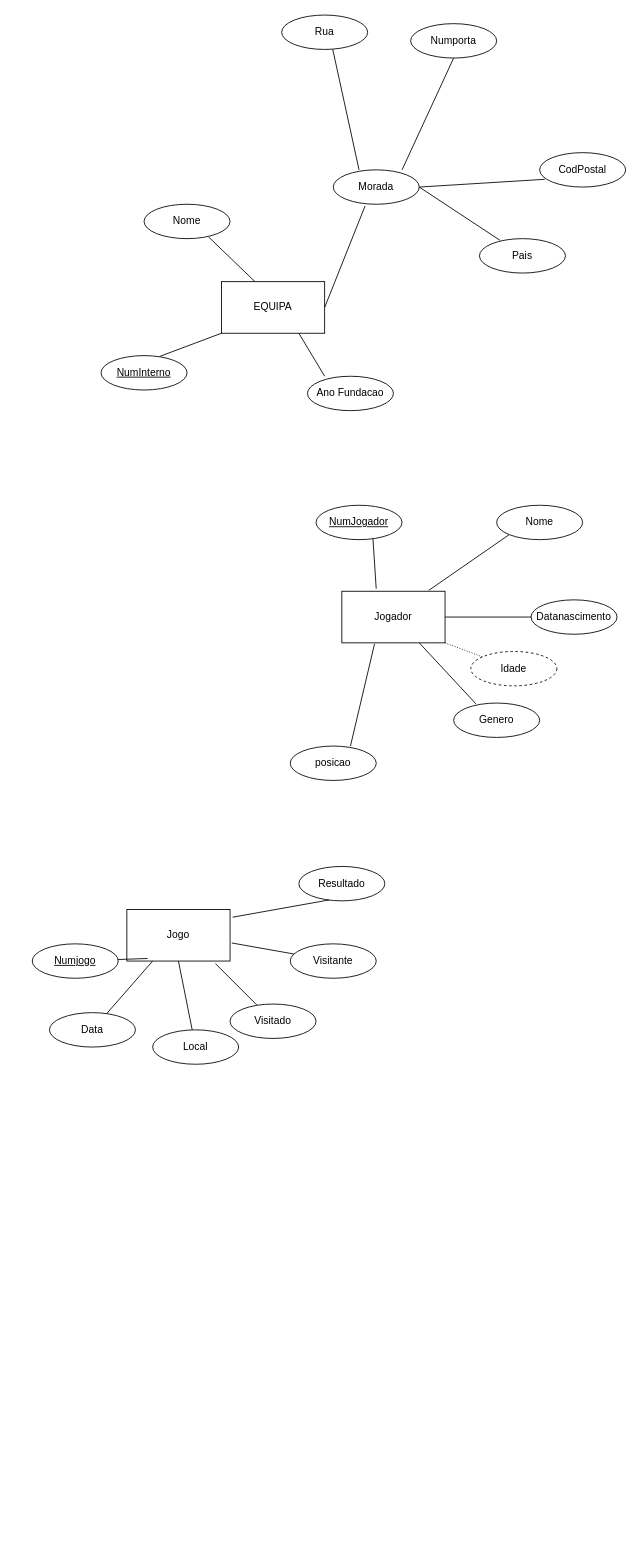
Before: Equipas.drawio in VascoRuas/diagramas, a draw.io diagram. Source tidied: cells renumbered, new cells numbered last; positions are measured from the earlier drawing's top-left corner, leaving out a move shared by most shapes. Both pictures are drawn from the tidied source at 86%, with x=0, y=0 at pixel (32, 15).
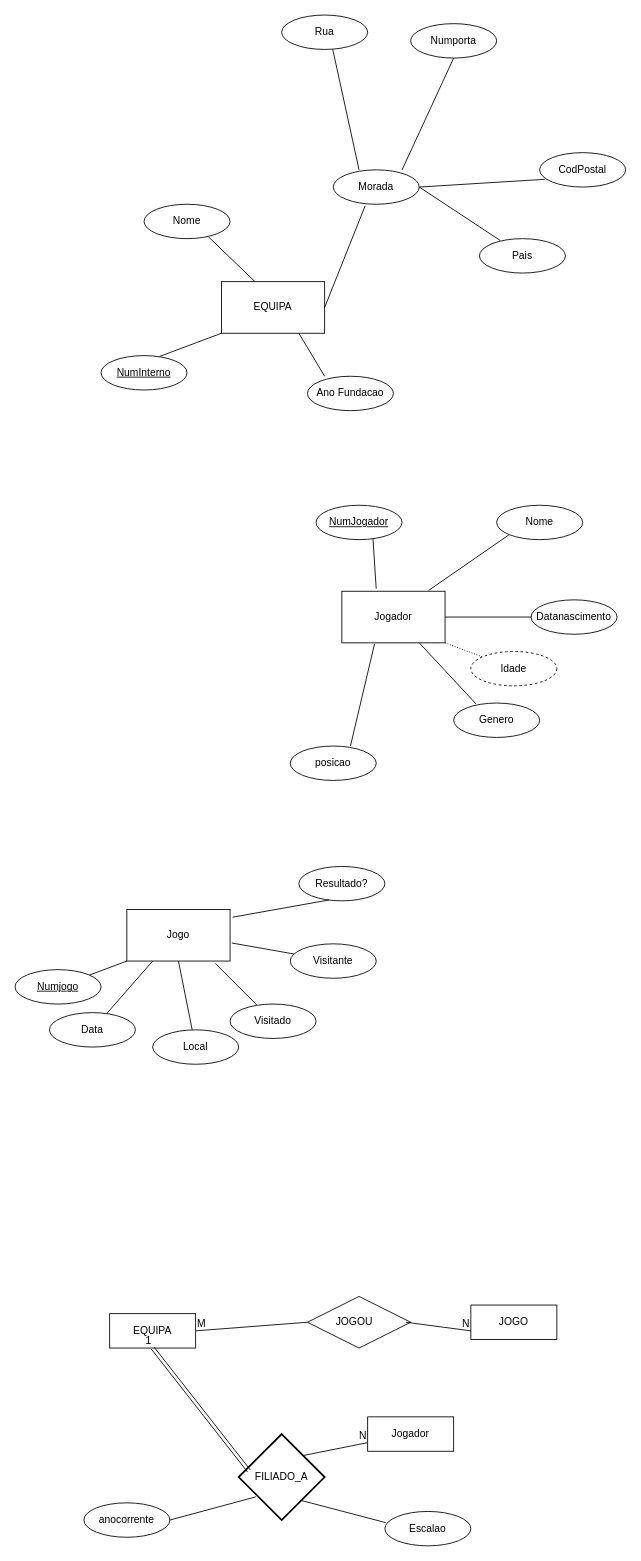
The same page after the edit.

The change refers to these unchanged cells:
```xml
<mxCell id="2" value="Jogo" style="rounded=0;whiteSpace=wrap;html=1;" parent="1" vertex="1">
  <mxGeometry x="110" y="1040" width="120" height="60" as="geometry" />
</mxCell>
```

Diff of the diagram source:
```diff
@@
-    <mxCell id="39" style="endArrow=none;html=1;rounded=0;fontFamily=Helvetica;fontSize=12;fontColor=default;exitX=0.2;exitY=0.95;exitDx=0;exitDy=0;exitPerimeter=0;" parent="1" edge="1" source="2" target="40">
+    <mxCell id="39" style="endArrow=none;html=1;rounded=0;fontFamily=Helvetica;fontSize=12;fontColor=default;exitX=0;exitY=1;exitDx=0;exitDy=0;" parent="1" edge="1" source="2" target="40">
       <mxGeometry relative="1" as="geometry" />
     </mxCell>
     <mxCell id="40" value="Numjogo" style="ellipse;whiteSpace=wrap;html=1;align=center;fontStyle=4;strokeColor=default;verticalAlign=middle;fontFamily=Helvetica;fontSize=12;fontColor=default;fillColor=default;" parent="1" vertex="1">
-      <mxGeometry y="1080" width="100" height="40" as="geometry" />
+      <mxGeometry x="-20" y="1110" width="100" height="40" as="geometry" />
     </mxCell>
@@
-    <mxCell id="43" value="Resultado" style="ellipse;whiteSpace=wrap;html=1;align=center;strokeColor=default;verticalAlign=middle;fontFamily=Helvetica;fontSize=12;fontColor=default;fillColor=default;" parent="1" vertex="1">
+    <mxCell id="43" value="Resultado?" style="ellipse;whiteSpace=wrap;html=1;align=center;strokeColor=default;verticalAlign=middle;fontFamily=Helvetica;fontSize=12;fontColor=default;fillColor=default;" parent="1" vertex="1">
       <mxGeometry x="310" y="990" width="100" height="40" as="geometry" />
     </mxCell>
@@
+    <mxCell id="45" value="JOGOU&lt;span style=&quot;white-space: pre;&quot;&gt;&#9;&lt;/span&gt;" style="shape=rhombus;perimeter=rhombusPerimeter;whiteSpace=wrap;html=1;align=center;strokeColor=default;verticalAlign=middle;fontFamily=Helvetica;fontSize=12;fontColor=default;fillColor=default;" parent="1" vertex="1">
+      <mxGeometry x="320" y="1490" width="120" height="60" as="geometry" />
+    </mxCell>
+    <mxCell id="46" value="JOGO" style="whiteSpace=wrap;html=1;align=center;strokeColor=default;verticalAlign=middle;fontFamily=Helvetica;fontSize=12;fontColor=default;fillColor=default;" parent="1" vertex="1">
+      <mxGeometry x="510" y="1500" width="100" height="40" as="geometry" />
+    </mxCell>
+    <mxCell id="47" value="EQUIPA" style="whiteSpace=wrap;html=1;align=center;strokeColor=default;verticalAlign=middle;fontFamily=Helvetica;fontSize=12;fontColor=default;fillColor=default;" parent="1" vertex="1">
+      <mxGeometry x="90" y="1510" width="100" height="40" as="geometry" />
+    </mxCell>
+    <mxCell id="48" style="endArrow=none;html=1;rounded=0;fontFamily=Helvetica;fontSize=12;fontColor=default;exitX=1;exitY=0.5;exitDx=0;exitDy=0;entryX=0;entryY=0.5;entryDx=0;entryDy=0;" parent="1" edge="1" source="47" target="45">
+      <mxGeometry relative="1" as="geometry" />
+    </mxCell>
+    <mxCell id="49" value="M" style="html=1;whiteSpace=wrap;align=left;verticalAlign=bottom;strokeColor=default;fontFamily=Helvetica;fontSize=12;fontColor=default;fillColor=default;" parent="48" vertex="1">
+      <mxGeometry x="-1" relative="1" as="geometry" />
+    </mxCell>
+    <mxCell id="50" style="endArrow=none;html=1;rounded=0;fontFamily=Helvetica;fontSize=12;fontColor=default;entryX=0;entryY=0.75;entryDx=0;entryDy=0;exitX=0.954;exitY=0.5;exitDx=0;exitDy=0;exitPerimeter=0;" parent="1" edge="1" source="45" target="46">
+      <mxGeometry relative="1" as="geometry" />
+    </mxCell>
+    <mxCell id="51" value="N" style="html=1;whiteSpace=wrap;align=right;verticalAlign=bottom;strokeColor=default;fontFamily=Helvetica;fontSize=12;fontColor=default;fillColor=default;" parent="50" vertex="1">
+      <mxGeometry x="1" relative="1" as="geometry" />
+    </mxCell>
+    <mxCell id="52" value="FILIADO_A" style="strokeWidth=2;html=1;shape=mxgraph.flowchart.decision;whiteSpace=wrap;strokeColor=default;align=center;verticalAlign=middle;fontFamily=Helvetica;fontSize=12;fontColor=default;fillColor=default;" parent="1" vertex="1">
+      <mxGeometry x="240" y="1650" width="100" height="100" as="geometry" />
+    </mxCell>
+    <mxCell id="53" style="shape=link;html=1;rounded=0;fontFamily=Helvetica;fontSize=12;fontColor=default;exitX=0.12;exitY=0.43;exitDx=0;exitDy=0;exitPerimeter=0;entryX=0.5;entryY=1;entryDx=0;entryDy=0;" parent="1" edge="1" source="52" target="47">
+      <mxGeometry relative="1" as="geometry" />
+    </mxCell>
+    <mxCell id="54" value="1" style="html=1;whiteSpace=wrap;align=right;verticalAlign=bottom;strokeColor=default;fontFamily=Helvetica;fontSize=12;fontColor=default;fillColor=default;" parent="53" vertex="1">
+      <mxGeometry x="1" relative="1" as="geometry" />
+    </mxCell>
+    <mxCell id="55" value="anocorrente" style="ellipse;whiteSpace=wrap;html=1;align=center;strokeColor=default;verticalAlign=middle;fontFamily=Helvetica;fontSize=12;fontColor=default;fillColor=default;" parent="1" vertex="1">
+      <mxGeometry x="60" y="1730" width="100" height="40" as="geometry" />
+    </mxCell>
+    <mxCell id="56" style="endArrow=none;html=1;rounded=0;fontFamily=Helvetica;fontSize=12;fontColor=default;exitX=1;exitY=0.5;exitDx=0;exitDy=0;entryX=0.2;entryY=0.73;entryDx=0;entryDy=0;entryPerimeter=0;" parent="1" edge="1" source="55" target="52">
+      <mxGeometry relative="1" as="geometry" />
+    </mxCell>
+    <mxCell id="57" value="Escalao" style="ellipse;whiteSpace=wrap;html=1;align=center;strokeColor=default;verticalAlign=middle;fontFamily=Helvetica;fontSize=12;fontColor=default;fillColor=default;" parent="1" vertex="1">
+      <mxGeometry x="410" y="1740" width="100" height="40" as="geometry" />
+    </mxCell>
+    <mxCell id="58" style="endArrow=none;html=1;rounded=0;fontFamily=Helvetica;fontSize=12;fontColor=default;exitX=0.72;exitY=0.77;exitDx=0;exitDy=0;exitPerimeter=0;entryX=0.01;entryY=0.325;entryDx=0;entryDy=0;entryPerimeter=0;" parent="1" edge="1" source="52" target="57">
+      <mxGeometry relative="1" as="geometry" />
+    </mxCell>
+    <mxCell id="59" style="endArrow=none;html=1;rounded=0;fontFamily=Helvetica;fontSize=12;fontColor=default;exitX=0.75;exitY=0.25;exitDx=0;exitDy=0;exitPerimeter=0;" parent="1" edge="1" source="52" target="61">
+      <mxGeometry relative="1" as="geometry" />
+    </mxCell>
+    <mxCell id="60" value="N" style="html=1;whiteSpace=wrap;align=right;verticalAlign=bottom;strokeColor=default;fontFamily=Helvetica;fontSize=12;fontColor=default;fillColor=default;" parent="59" vertex="1">
+      <mxGeometry x="1" relative="1" as="geometry" />
+    </mxCell>
+    <mxCell id="61" value="Jogador" style="whiteSpace=wrap;html=1;align=center;strokeColor=default;verticalAlign=middle;fontFamily=Helvetica;fontSize=12;fontColor=default;fillColor=default;" parent="1" vertex="1">
+      <mxGeometry x="390" y="1630" width="100" height="40" as="geometry" />
+    </mxCell>
```
